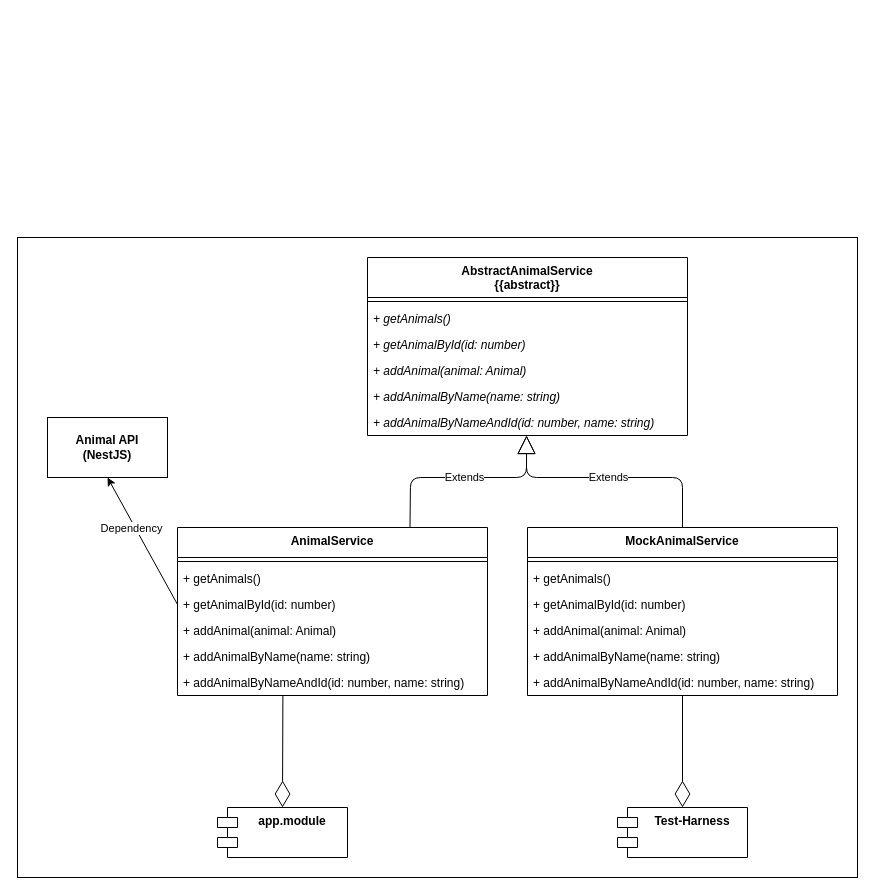
Above: drawio/Service inheritance.drawio in Itchimonji/how-to-mock-angular-service-with-dependency-inversion (draw.io), before the change. Source tidied: cells renumbered, new cells numbered last; positions are measured from the earlier drawing's top-left corner, leaving out a move shared by most shapes. Both pictures are drawn from the tidied source at 100%, with x=0, y=0 at pixel (17, 237).
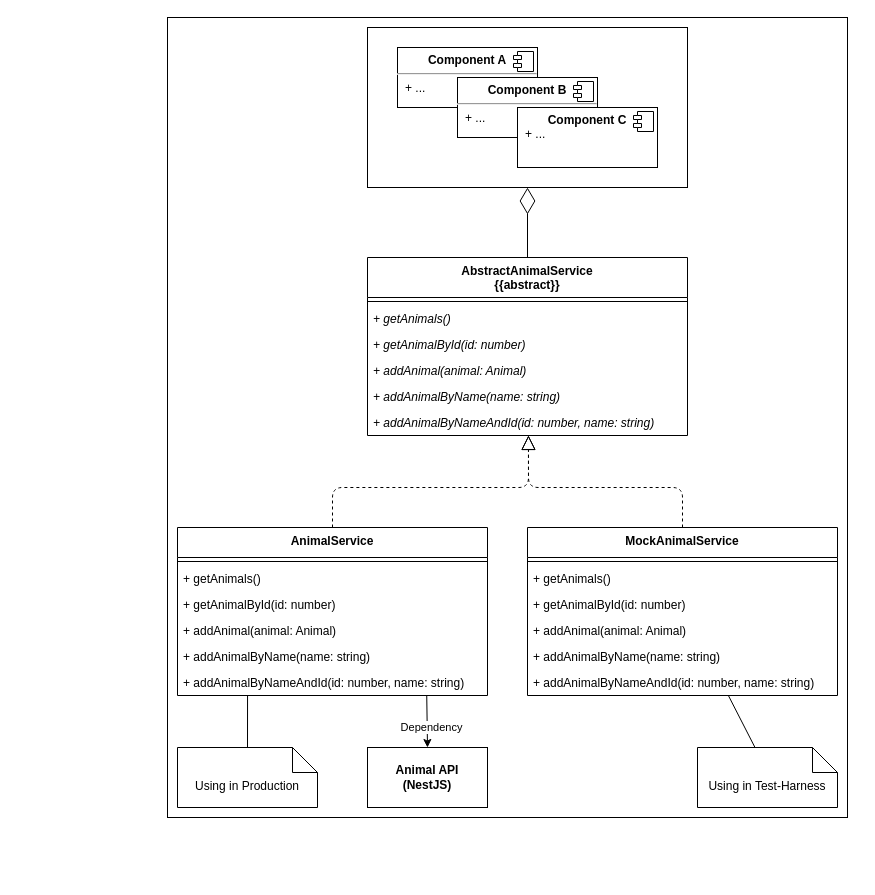
The same diagram, later.

Unchanged cells that the change refers to:
```xml
<mxCell id="3" value="AbstractAnimalService&#10;{{abstract}}" style="swimlane;fontStyle=1;align=center;verticalAlign=top;horizontal=1;startSize=40;" parent="1" vertex="1">
  <mxGeometry x="350" y="20" width="320" height="178" as="geometry" />
</mxCell>
<mxCell id="9" value="+ addAnimalByNameAndId(id: number, name: string)" style="text;strokeColor=none;fillColor=none;align=left;verticalAlign=top;spacingLeft=4;spacingRight=4;overflow=hidden;points=[[0,0.5],[1,0.5]];portConstraint=eastwest;fontStyle=2;" parent="3" vertex="1">
  <mxGeometry y="152" width="320" height="26" as="geometry" />
</mxCell>
<mxCell id="10" value="AnimalService" style="swimlane;fontStyle=1;align=center;verticalAlign=top;horizontal=1;startSize=30;" parent="1" vertex="1">
  <mxGeometry x="160" y="290" width="310" height="168" as="geometry" />
</mxCell>
<mxCell id="13" value="+ getAnimalById(id: number)" style="text;strokeColor=none;fillColor=none;align=left;verticalAlign=top;spacingLeft=4;spacingRight=4;overflow=hidden;points=[[0,0.5],[1,0.5]];portConstraint=eastwest;" parent="10" vertex="1">
  <mxGeometry y="64" width="310" height="26" as="geometry" />
</mxCell>
<mxCell id="16" value="+ addAnimalByNameAndId(id: number, name: string)" style="text;strokeColor=none;fillColor=none;align=left;verticalAlign=top;spacingLeft=4;spacingRight=4;overflow=hidden;points=[[0,0.5],[1,0.5]];portConstraint=eastwest;" parent="10" vertex="1">
  <mxGeometry y="142" width="310" height="26" as="geometry" />
</mxCell>
<mxCell id="17" value="MockAnimalService" style="swimlane;fontStyle=1;align=center;verticalAlign=top;horizontal=1;startSize=30;" parent="1" vertex="1">
  <mxGeometry x="510" y="290" width="310" height="168" as="geometry" />
</mxCell>
<mxCell id="23" value="+ addAnimalByNameAndId(id: number, name: string)" style="text;strokeColor=none;fillColor=none;align=left;verticalAlign=top;spacingLeft=4;spacingRight=4;overflow=hidden;points=[[0,0.5],[1,0.5]];portConstraint=eastwest;" parent="17" vertex="1">
  <mxGeometry y="142" width="310" height="26" as="geometry" />
</mxCell>
```

What changed in the source:
```diff
@@
     <mxCell id="2" style="rounded=0;whiteSpace=wrap;html=1;" parent="1" vertex="1">
-      <mxGeometry width="840" height="640" as="geometry" />
+      <mxGeometry x="150" y="-220" width="680" height="800" as="geometry" />
     </mxCell>
+    <mxCell id="33" style="rounded=0;whiteSpace=wrap;html=1;" parent="1" vertex="1">
+      <mxGeometry x="350" y="-210" width="320" height="160" as="geometry" />
+    </mxCell>
@@
-    <mxCell id="24" value="Extends" style="endArrow=block;endSize=16;endFill=0;html=1;entryX=0.497;entryY=1;entryDx=0;entryDy=0;entryPerimeter=0;exitX=0.75;exitY=0;exitDx=0;exitDy=0;" parent="1" edge="1" source="10" target="9">
-      <mxGeometry relative="1" as="geometry">
-        <Array as="points">
-          <mxPoint x="393" y="240" />
-          <mxPoint x="509" y="240" />
-        </Array>
-      </mxGeometry>
-    </mxCell>
-    <mxCell id="25" value="Extends" style="endArrow=block;endSize=16;endFill=0;html=1;exitX=0.5;exitY=0;exitDx=0;exitDy=0;entryX=0.497;entryY=1;entryDx=0;entryDy=0;entryPerimeter=0;" parent="1" edge="1" source="17" target="9">
-      <mxGeometry relative="1" as="geometry">
-        <Array as="points">
-          <mxPoint x="665" y="240" />
-          <mxPoint x="509" y="240" />
-        </Array>
-      </mxGeometry>
-    </mxCell>
-    <mxCell id="26" value="app.module" style="shape=module;align=left;spacingLeft=20;align=center;verticalAlign=top;fontStyle=1;" parent="1" vertex="1">
-      <mxGeometry x="200" y="570" width="130" height="50" as="geometry" />
-    </mxCell>
-    <mxCell id="27" style="endArrow=diamondThin;endFill=0;endSize=24;html=1;exitX=0.34;exitY=0.995;exitDx=0;exitDy=0;exitPerimeter=0;entryX=0.5;entryY=0;entryDx=0;entryDy=0;" parent="1" edge="1" source="16" target="26">
-      <mxGeometry relative="1" as="geometry" />
-    </mxCell>
-    <mxCell id="28" value="Test-Harness" style="shape=module;align=left;spacingLeft=20;align=center;verticalAlign=top;fontStyle=1;" parent="1" vertex="1">
-      <mxGeometry x="600" y="570" width="130" height="50" as="geometry" />
-    </mxCell>
-    <mxCell id="29" style="endArrow=diamondThin;endFill=0;endSize=24;html=1;entryX=0.5;entryY=0;entryDx=0;entryDy=0;exitX=0.5;exitY=1;exitDx=0;exitDy=0;" parent="1" edge="1" source="17" target="28">
-      <mxGeometry relative="1" as="geometry" />
-    </mxCell>
-    <mxCell id="30" style="endArrow=classic;html=1;exitX=0;exitY=0.5;exitDx=0;exitDy=0;entryX=0.5;entryY=1;entryDx=0;entryDy=0;" parent="1" edge="1" source="13" target="32">
+    <mxCell id="30" style="endArrow=classic;html=1;exitX=0.804;exitY=1.002;exitDx=0;exitDy=0;entryX=0.5;entryY=0;entryDx=0;entryDy=0;exitPerimeter=0;" parent="1" edge="1" source="16" target="32">
       <mxGeometry relative="1" as="geometry" />
     </mxCell>
@@
     <mxCell id="32" value="Animal API&lt;br&gt;(NestJS)" style="rounded=0;whiteSpace=wrap;html=1;fontStyle=1;" parent="1" vertex="1">
-      <mxGeometry x="30" y="180" width="120" height="60" as="geometry" />
+      <mxGeometry x="350" y="510" width="120" height="60" as="geometry" />
     </mxCell>
+    <mxCell id="34" value="Using in Test-Harness" style="shape=note2;boundedLbl=1;whiteSpace=wrap;html=1;size=25;verticalAlign=top;align=center;" parent="1" vertex="1">
+      <mxGeometry x="680" y="510" width="140" height="60" as="geometry" />
+    </mxCell>
+    <mxCell id="35" value="Using in Production" style="shape=note2;boundedLbl=1;whiteSpace=wrap;html=1;size=25;verticalAlign=top;align=center;" parent="1" vertex="1">
+      <mxGeometry x="160" y="510" width="140" height="60" as="geometry" />
+    </mxCell>
+    <mxCell id="36" style="endArrow=none;html=1;entryX=0.226;entryY=1.002;entryDx=0;entryDy=0;entryPerimeter=0;exitX=0.5;exitY=0;exitDx=0;exitDy=0;exitPerimeter=0;" parent="1" edge="1" source="35" target="16">
+      <mxGeometry relative="1" as="geometry" />
+    </mxCell>
+    <mxCell id="37" style="endArrow=none;html=1;entryX=0.648;entryY=1;entryDx=0;entryDy=0;entryPerimeter=0;exitX=0;exitY=0;exitDx=57.5;exitDy=0;exitPerimeter=0;" parent="1" edge="1" source="34" target="23">
+      <mxGeometry relative="1" as="geometry" />
+    </mxCell>
+    <mxCell id="24" style="endArrow=block;dashed=1;endFill=0;endSize=12;html=1;entryX=0.503;entryY=1;entryDx=0;entryDy=0;entryPerimeter=0;exitX=0.5;exitY=0;exitDx=0;exitDy=0;" parent="1" edge="1" source="10" target="9">
+      <mxGeometry relative="1" as="geometry">
+        <Array as="points">
+          <mxPoint x="315" y="250" />
+          <mxPoint x="511" y="250" />
+        </Array>
+      </mxGeometry>
+    </mxCell>
+    <mxCell id="25" style="endArrow=block;dashed=1;endFill=0;endSize=12;html=1;exitX=0.5;exitY=0;exitDx=0;exitDy=0;entryX=0.503;entryY=0.995;entryDx=0;entryDy=0;entryPerimeter=0;" parent="1" edge="1" source="17" target="9">
+      <mxGeometry relative="1" as="geometry">
+        <Array as="points">
+          <mxPoint x="665" y="250" />
+          <mxPoint x="511" y="250" />
+        </Array>
+      </mxGeometry>
+    </mxCell>
+    <mxCell id="38" value="&lt;p style=&quot;margin: 0px ; margin-top: 6px ; text-align: center&quot;&gt;&lt;b&gt;Component A&lt;/b&gt;&lt;/p&gt;&lt;hr&gt;&lt;p style=&quot;margin: 0px ; margin-left: 8px&quot;&gt;+ ...&lt;/p&gt;" style="align=left;overflow=fill;html=1;" parent="1" vertex="1">
+      <mxGeometry x="380" y="-190" width="140" height="60" as="geometry" />
+    </mxCell>
+    <mxCell id="39" style="shape=component;jettyWidth=8;jettyHeight=4;" parent="38" vertex="1">
+      <mxGeometry x="1" width="20" height="20" relative="1" as="geometry">
+        <mxPoint x="-24" y="4" as="offset" />
+      </mxGeometry>
+    </mxCell>
+    <mxCell id="40" value="&lt;p style=&quot;margin: 0px ; margin-top: 6px ; text-align: center&quot;&gt;&lt;b&gt;Component B&lt;/b&gt;&lt;/p&gt;&lt;hr&gt;&lt;p style=&quot;margin: 0px ; margin-left: 8px&quot;&gt;+ ...&lt;/p&gt;" style="align=left;overflow=fill;html=1;" parent="1" vertex="1">
+      <mxGeometry x="440" y="-160" width="140" height="60" as="geometry" />
+    </mxCell>
+    <mxCell id="41" style="shape=component;jettyWidth=8;jettyHeight=4;" parent="40" vertex="1">
+      <mxGeometry x="1" width="20" height="20" relative="1" as="geometry">
+        <mxPoint x="-24" y="4" as="offset" />
+      </mxGeometry>
+    </mxCell>
+    <mxCell id="42" value="&lt;p style=&quot;margin: 0px ; margin-top: 6px ; text-align: center&quot;&gt;&lt;b&gt;Component C&lt;/b&gt;&lt;/p&gt;&lt;p style=&quot;margin: 0px ; margin-left: 8px&quot;&gt;+ ...&lt;/p&gt;" style="align=left;overflow=fill;html=1;" parent="1" vertex="1">
+      <mxGeometry x="500" y="-130" width="140" height="60" as="geometry" />
+    </mxCell>
+    <mxCell id="43" style="shape=component;jettyWidth=8;jettyHeight=4;" parent="42" vertex="1">
+      <mxGeometry x="1" width="20" height="20" relative="1" as="geometry">
+        <mxPoint x="-24" y="4" as="offset" />
+      </mxGeometry>
+    </mxCell>
+    <mxCell id="44" style="endArrow=diamondThin;endFill=0;endSize=24;html=1;entryX=0.5;entryY=1;entryDx=0;entryDy=0;exitX=0.5;exitY=0;exitDx=0;exitDy=0;" parent="1" edge="1" source="3" target="33">
+      <mxGeometry relative="1" as="geometry" />
+    </mxCell>
```
